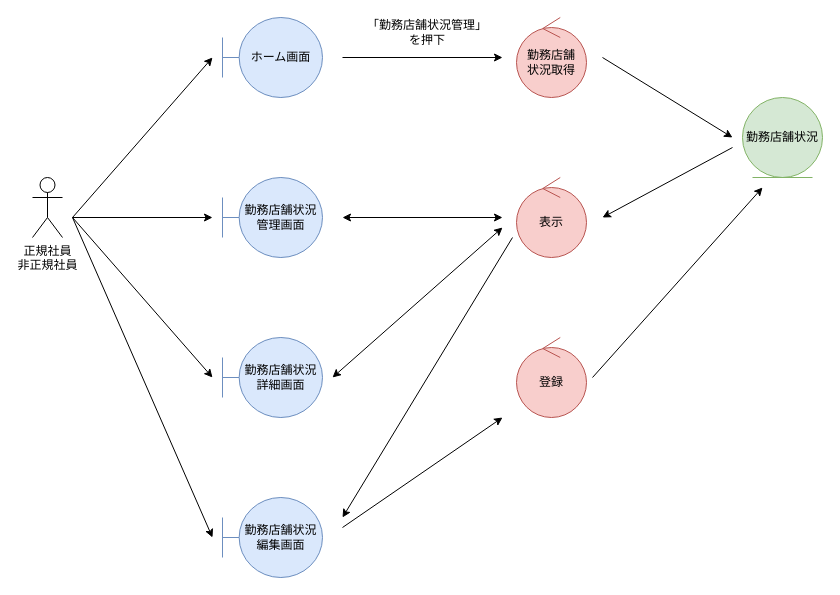
Above: page "勤務店舗状況管理" (6 of 6) of 各種設計書/3ロバストネス図/人事管理/従業員情報管理.drawio in HaruShim/Sotuken (draw.io), before the change. Source tidied: cells renumbered, new cells numbered last; positions are measured from the earlier drawing's top-left corner, leaving out a move shared by most shapes. Both pictures are drawn from the tidied source at 100%, with x=0, y=0 at pixel (32, 17).
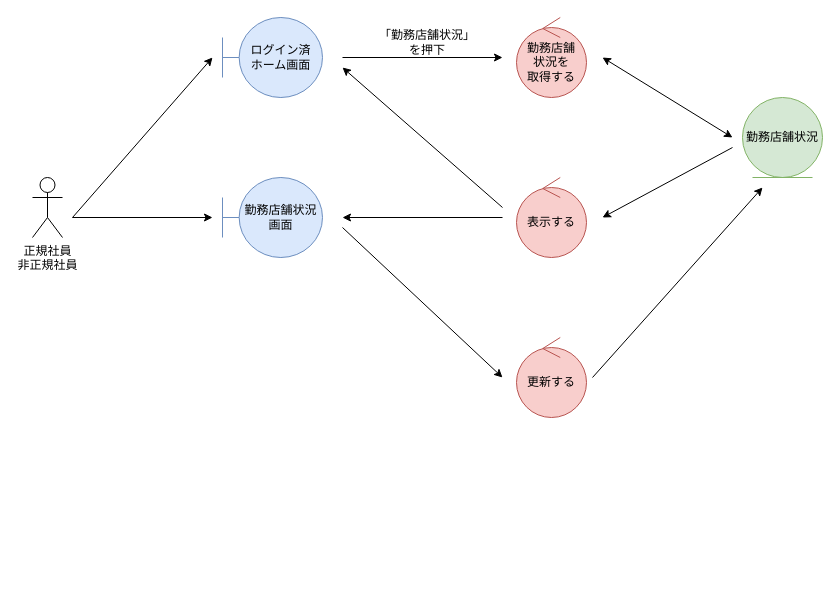
The same diagram, later.

The edit, as a diff of the source:
```diff
@@
-    <mxCell id="3" value="ホーム画面" style="shape=umlBoundary;whiteSpace=wrap;html=1;fillColor=#dae8fc;strokeColor=#6c8ebf;" parent="1" vertex="1">
+    <mxCell id="3" value="ログイン済&lt;br&gt;ホーム画面" style="shape=umlBoundary;whiteSpace=wrap;html=1;fillColor=#dae8fc;strokeColor=#6c8ebf;" parent="1" vertex="1">
       <mxGeometry x="190" width="100" height="80" as="geometry" />
     </mxCell>
-    <mxCell id="4" value="勤務店舗状況&lt;br&gt;管理画面" style="shape=umlBoundary;whiteSpace=wrap;html=1;fillColor=#dae8fc;strokeColor=#6c8ebf;" parent="1" vertex="1">
+    <mxCell id="4" value="勤務店舗状況&lt;br&gt;画面" style="shape=umlBoundary;whiteSpace=wrap;html=1;fillColor=#dae8fc;strokeColor=#6c8ebf;" parent="1" vertex="1">
       <mxGeometry x="190" y="160" width="100" height="80" as="geometry" />
     </mxCell>
-    <mxCell id="5" value="勤務店舗状況詳細画面" style="shape=umlBoundary;whiteSpace=wrap;html=1;fillColor=#dae8fc;strokeColor=#6c8ebf;" parent="1" vertex="1">
-      <mxGeometry x="190" y="320" width="100" height="80" as="geometry" />
-    </mxCell>
@@
-    <mxCell id="7" style="endArrow=classic;html=1;rounded=0;" parent="1" edge="1">
-      <mxGeometry relative="1" as="geometry">
-        <mxPoint x="40" y="200" as="sourcePoint" />
-        <mxPoint x="180" y="360" as="targetPoint" />
-      </mxGeometry>
-    </mxCell>
-    <mxCell id="8" value="「勤務店舗状況管理」を押下" style="text;html=1;strokeColor=none;fillColor=none;align=center;verticalAlign=middle;whiteSpace=wrap;rounded=0;" parent="1" vertex="1">
-      <mxGeometry x="330" width="130" height="30" as="geometry" />
+    <mxCell id="8" value="「勤務店舗状況」&lt;br&gt;を押下" style="text;html=1;strokeColor=none;fillColor=none;align=center;verticalAlign=middle;whiteSpace=wrap;rounded=0;" parent="1" vertex="1">
+      <mxGeometry x="320" y="10" width="150" height="30" as="geometry" />
     </mxCell>
-    <mxCell id="9" value="勤務店舗&lt;br&gt;状況取得" style="ellipse;shape=umlControl;whiteSpace=wrap;html=1;fillColor=#f8cecc;strokeColor=#b85450;" parent="1" vertex="1">
+    <mxCell id="9" value="勤務店舗&lt;br&gt;状況を&lt;br&gt;取得する" style="ellipse;shape=umlControl;whiteSpace=wrap;html=1;fillColor=#f8cecc;strokeColor=#b85450;" parent="1" vertex="1">
       <mxGeometry x="484" width="70" height="80" as="geometry" />
     </mxCell>
-    <mxCell id="10" value="表示" style="ellipse;shape=umlControl;whiteSpace=wrap;html=1;fillColor=#f8cecc;strokeColor=#b85450;" parent="1" vertex="1">
+    <mxCell id="10" value="表示する" style="ellipse;shape=umlControl;whiteSpace=wrap;html=1;fillColor=#f8cecc;strokeColor=#b85450;" parent="1" vertex="1">
       <mxGeometry x="484" y="160" width="70" height="80" as="geometry" />
     </mxCell>
-    <mxCell id="11" value="登録" style="ellipse;shape=umlControl;whiteSpace=wrap;html=1;fillColor=#f8cecc;strokeColor=#b85450;" parent="1" vertex="1">
+    <mxCell id="11" value="更新する" style="ellipse;shape=umlControl;whiteSpace=wrap;html=1;fillColor=#f8cecc;strokeColor=#b85450;" parent="1" vertex="1">
       <mxGeometry x="484" y="320" width="70" height="80" as="geometry" />
     </mxCell>
-    <mxCell id="12" style="endArrow=classic;html=1;rounded=0;" parent="1" edge="1">
+    <mxCell id="12" style="endArrow=classic;html=1;rounded=0;startArrow=none;startFill=0;" parent="1" edge="1">
       <mxGeometry relative="1" as="geometry">
         <mxPoint x="310" y="40" as="sourcePoint" />
         <mxPoint x="470" y="40" as="targetPoint" />
       </mxGeometry>
     </mxCell>
@@
-    <mxCell id="14" style="endArrow=classic;html=1;rounded=0;" parent="1" edge="1">
+    <mxCell id="14" style="endArrow=classic;html=1;rounded=0;startArrow=classic;startFill=1;" parent="1" edge="1">
       <mxGeometry relative="1" as="geometry">
         <mxPoint x="570" y="40" as="sourcePoint" />
         <mxPoint x="700" y="120" as="targetPoint" />
       </mxGeometry>
     </mxCell>
@@
-    <mxCell id="16" style="endArrow=classic;html=1;rounded=0;" parent="1" edge="1">
-      <mxGeometry relative="1" as="geometry">
-        <mxPoint x="310" y="510" as="sourcePoint" />
-        <mxPoint x="470" y="400" as="targetPoint" />
-      </mxGeometry>
-    </mxCell>
@@
-    <mxCell id="19" value="勤務店舗状況編集画面" style="shape=umlBoundary;whiteSpace=wrap;html=1;fillColor=#dae8fc;strokeColor=#6c8ebf;" parent="1" vertex="1">
-      <mxGeometry x="190" y="480" width="100" height="80" as="geometry" />
-    </mxCell>
-    <mxCell id="20" style="endArrow=classic;html=1;rounded=0;" parent="1" edge="1">
-      <mxGeometry relative="1" as="geometry">
-        <mxPoint x="40" y="200" as="sourcePoint" />
-        <mxPoint x="180" y="520" as="targetPoint" />
-      </mxGeometry>
-    </mxCell>
-    <mxCell id="21" style="endArrow=classic;html=1;rounded=0;" parent="1" edge="1">
-      <mxGeometry relative="1" as="geometry">
-        <mxPoint x="480" y="220" as="sourcePoint" />
-        <mxPoint x="310" y="500" as="targetPoint" />
-      </mxGeometry>
-    </mxCell>
-    <mxCell id="22" style="endArrow=classic;startArrow=classic;html=1;rounded=0;" parent="1" edge="1">
-      <mxGeometry relative="1" as="geometry">
-        <mxPoint x="310" y="200" as="sourcePoint" />
-        <mxPoint x="470" y="200" as="targetPoint" />
-      </mxGeometry>
-    </mxCell>
-    <mxCell id="23" style="endArrow=classic;startArrow=classic;html=1;rounded=0;" parent="1" edge="1">
-      <mxGeometry relative="1" as="geometry">
-        <mxPoint x="300" y="360" as="sourcePoint" />
-        <mxPoint x="470" y="210" as="targetPoint" />
-      </mxGeometry>
-    </mxCell>
+    <mxCell id="24" style="endArrow=classic;html=1;rounded=0;" parent="1" edge="1">
+      <mxGeometry relative="1" as="geometry">
+        <mxPoint x="470" y="200" as="sourcePoint" />
+        <mxPoint x="310" y="200" as="targetPoint" />
+      </mxGeometry>
+    </mxCell>
+    <mxCell id="25" style="endArrow=classic;html=1;rounded=0;" parent="1" edge="1">
+      <mxGeometry relative="1" as="geometry">
+        <mxPoint x="310" y="210" as="sourcePoint" />
+        <mxPoint x="470" y="360" as="targetPoint" />
+      </mxGeometry>
+    </mxCell>
+    <mxCell id="26" style="endArrow=none;html=1;rounded=0;startArrow=classic;startFill=1;endFill=0;" parent="1" edge="1">
+      <mxGeometry relative="1" as="geometry">
+        <mxPoint x="310" y="50" as="sourcePoint" />
+        <mxPoint x="470" y="190" as="targetPoint" />
+      </mxGeometry>
+    </mxCell>
```
